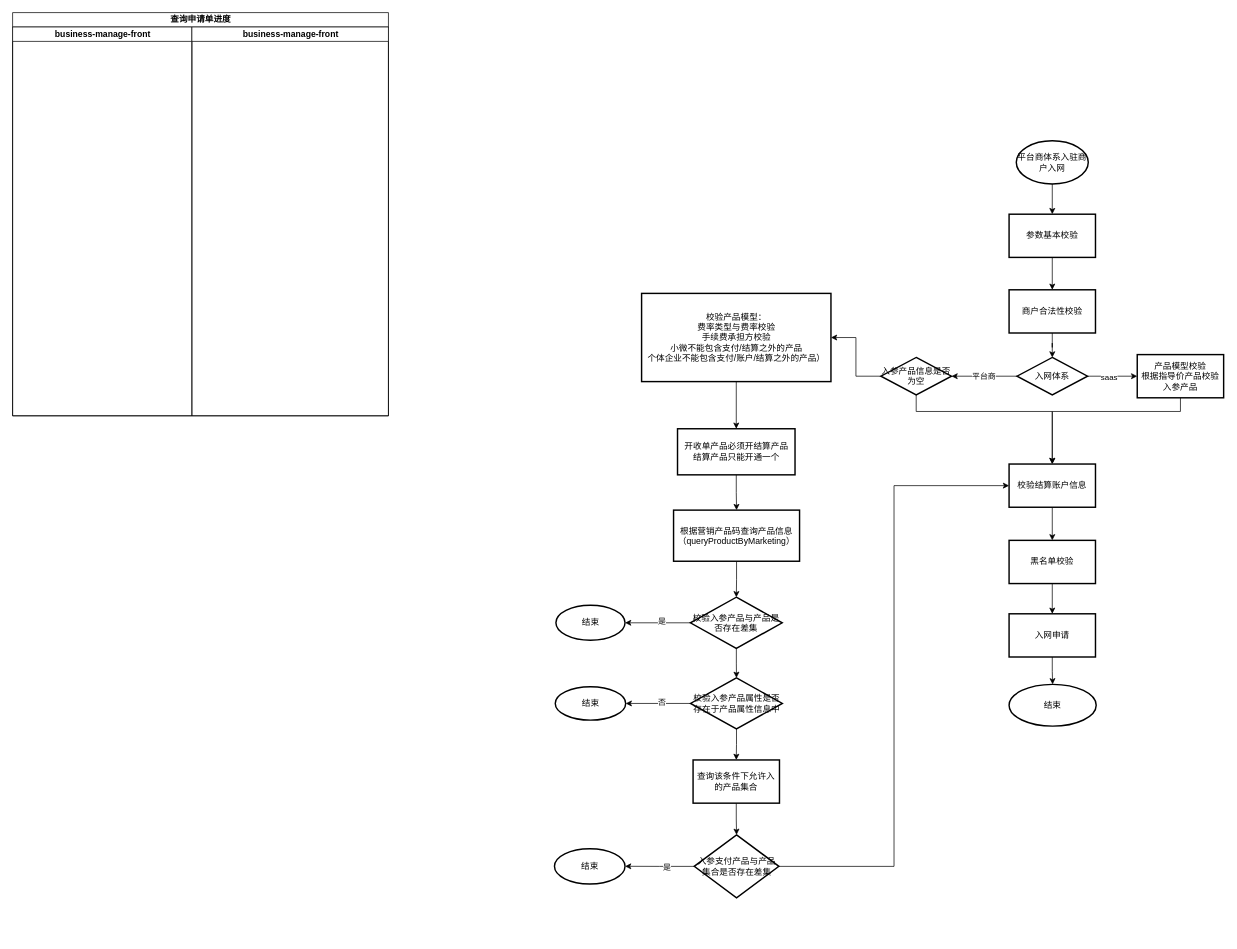
fengyong7723131/work keeps this draw.io diagram as page "迁移平台商入驻商户存在产品" (1 of 2) of 未命名绘图.drawio. Above is the earlier version. Source tidied: cells renumbered, new cells numbered last; positions are measured from the earlier drawing's top-left corner, leaving out a move shared by most shapes. Both pictures are drawn from the tidied source at 72%, with x=0, y=0 at pixel (12, 12).
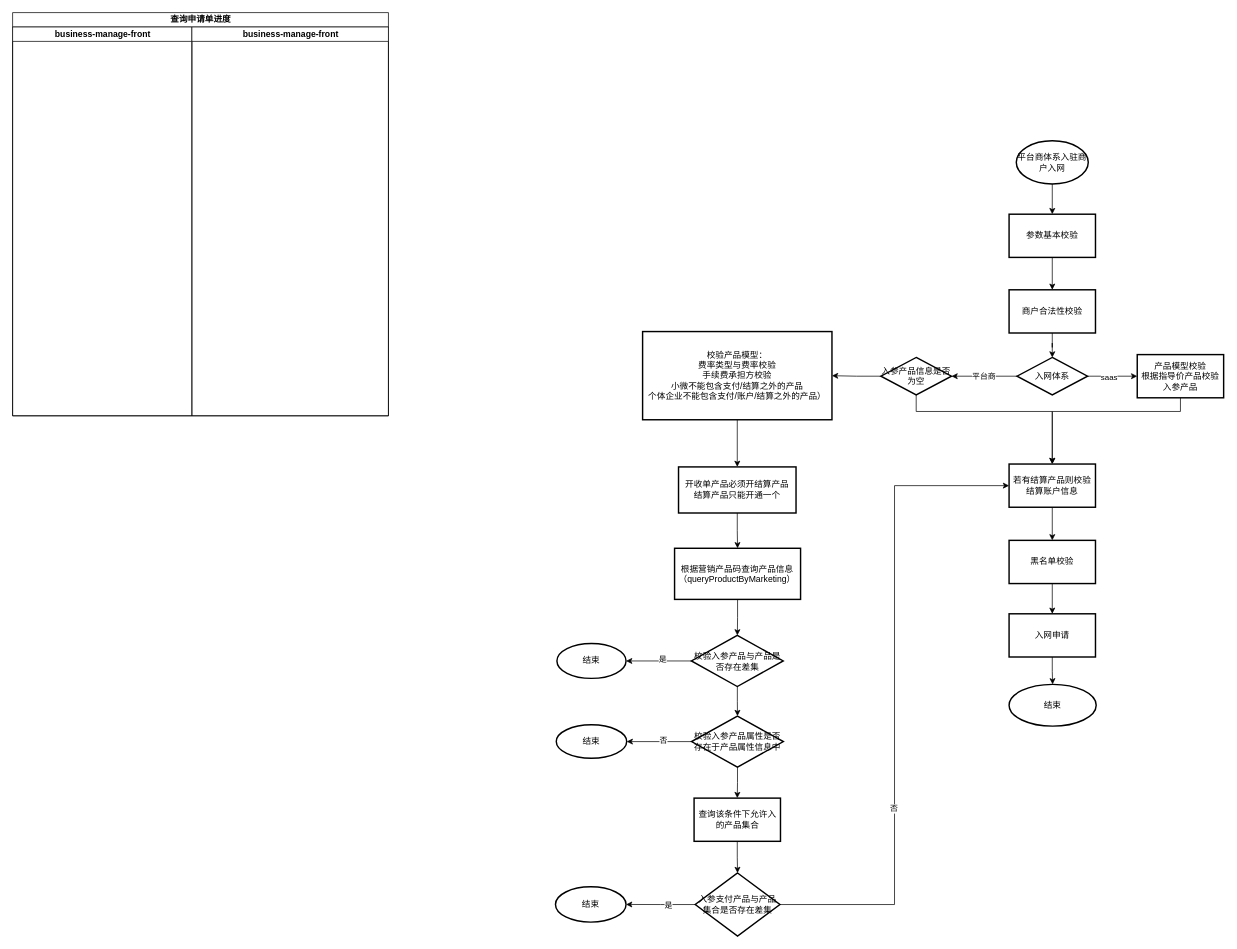
The same diagram, later.

Commit message (it also covers changes not shown here):
更新未命名绘图.drawio

The change refers to these unchanged cells:
```xml
<mxCell id="47" style="edgeStyle=orthogonalEdgeStyle;rounded=0;jettySize=auto;html=1;entryX=0;entryY=0.5;entryDx=0;entryDy=0;" parent="1" edge="1" source="48" target="23">
  <mxGeometry relative="1" as="geometry" />
</mxCell>
```

The edit, as a diff of the source:
```diff
@@
     <mxCell id="21" value="根据营销产品码查询产品信息（queryProductByMarketing）" style="whiteSpace=wrap;html=1;strokeWidth=2;" parent="1" vertex="1">
-      <mxGeometry x="918" y="691" width="175" height="71" as="geometry" />
+      <mxGeometry x="919.4" y="744" width="175" height="71" as="geometry" />
     </mxCell>
@@
-    <mxCell id="23" value="校验结算账户信息" style="whiteSpace=wrap;html=1;strokeWidth=2;" parent="1" vertex="1">
+    <mxCell id="23" value="若有结算产品则校验结算账户信息" style="whiteSpace=wrap;html=1;strokeWidth=2;" parent="1" vertex="1">
       <mxGeometry x="1384" y="627" width="120" height="60" as="geometry" />
     </mxCell>
@@
     <mxCell id="32" value="&lt;span&gt;校验入参产品与产品是否存在差集&lt;/span&gt;" style="rhombus;whiteSpace=wrap;html=1;strokeWidth=2;" parent="1" vertex="1">
-      <mxGeometry x="941.4" y="812" width="127.5" height="71" as="geometry" />
+      <mxGeometry x="942.8" y="865" width="127.5" height="71" as="geometry" />
     </mxCell>
     <mxCell id="33" value="结束" style="ellipse;whiteSpace=wrap;html=1;strokeWidth=2;" parent="1" vertex="1">
-      <mxGeometry x="754.6" y="823.2" width="96" height="48.5" as="geometry" />
+      <mxGeometry x="756" y="876.2" width="96" height="48.5" as="geometry" />
     </mxCell>
@@
     <mxCell id="37" value="校验入参产品属性是否存在于产品属性信息中" style="rhombus;whiteSpace=wrap;html=1;strokeWidth=2;" parent="1" vertex="1">
-      <mxGeometry x="941.6" y="924" width="127.5" height="71" as="geometry" />
+      <mxGeometry x="943" y="977" width="127.5" height="71" as="geometry" />
     </mxCell>
     <mxCell id="38" value="结束" style="ellipse;whiteSpace=wrap;html=1;strokeWidth=2;" parent="1" vertex="1">
-      <mxGeometry x="753.7" y="936.2" width="97.8" height="46.5" as="geometry" />
+      <mxGeometry x="755.1" y="989.2" width="97.8" height="46.5" as="geometry" />
     </mxCell>
@@
     <mxCell id="40" value="查询该条件下允许入的产品集合" style="whiteSpace=wrap;html=1;strokeWidth=2;" parent="1" vertex="1">
-      <mxGeometry x="945.1" y="1038" width="120" height="60" as="geometry" />
+      <mxGeometry x="946.5" y="1091" width="120" height="60" as="geometry" />
     </mxCell>
@@
     <mxCell id="42" value="校验产品模型：&lt;br&gt;费率类型与费率校验&lt;br&gt;手续费承担方校验&lt;br&gt;小微不能包含支付/结算之外的产品&lt;br&gt;个体企业不能包含支付/账户/结算之外的产品）" style="whiteSpace=wrap;html=1;strokeWidth=2;" parent="1" vertex="1">
-      <mxGeometry x="873.6" y="390" width="263" height="122.5" as="geometry" />
+      <mxGeometry x="875" y="443" width="263" height="122.5" as="geometry" />
     </mxCell>
@@
     <mxCell id="44" value="开收单产品必须开结算产品&lt;br&gt;结算产品只能开通一个" style="whiteSpace=wrap;html=1;strokeWidth=2;" parent="1" vertex="1">
-      <mxGeometry x="923.5" y="578" width="163.2" height="64" as="geometry" />
+      <mxGeometry x="924.9" y="631" width="163.2" height="64" as="geometry" />
     </mxCell>
@@
+    <mxCell id="50" value="否" style="edgeLabel;html=1;align=center;verticalAlign=middle;" parent="47" vertex="1">
+      <mxGeometry x="-0.35" y="1" relative="1" as="geometry" />
+    </mxCell>
     <mxCell id="48" value="&lt;span&gt;入参支付产品与产品集合是否存在差集&lt;/span&gt;" style="rhombus;whiteSpace=wrap;html=1;strokeWidth=2;" parent="1" vertex="1">
-      <mxGeometry x="946.7" y="1142" width="117.6" height="87.5" as="geometry" />
+      <mxGeometry x="948.1" y="1195" width="117.6" height="87.5" as="geometry" />
     </mxCell>
     <mxCell id="49" value="结束" style="ellipse;whiteSpace=wrap;html=1;strokeWidth=2;" parent="1" vertex="1">
-      <mxGeometry x="752.6" y="1161.2" width="98" height="49" as="geometry" />
+      <mxGeometry x="754" y="1214.2" width="98" height="49" as="geometry" />
     </mxCell>
```
